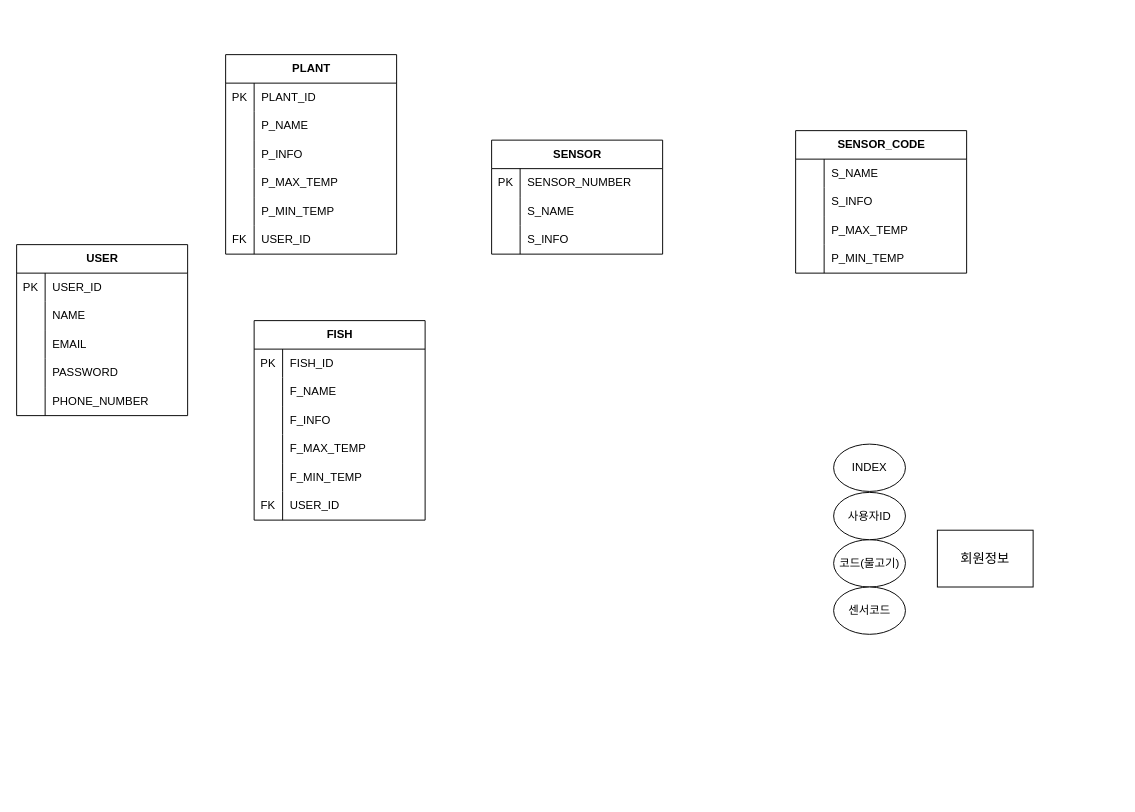
The draw.io diagram 제목 없는 다이어그램.drawio in hayarobyjy/JY_Code, before the edit. Source tidied: cells renumbered, new cells numbered last; positions are measured from the earlier drawing's top-left corner, leaving out a move shared by most shapes. Both pictures are drawn from the tidied source at 95%, with x=0, y=0 at pixel (16, 54).
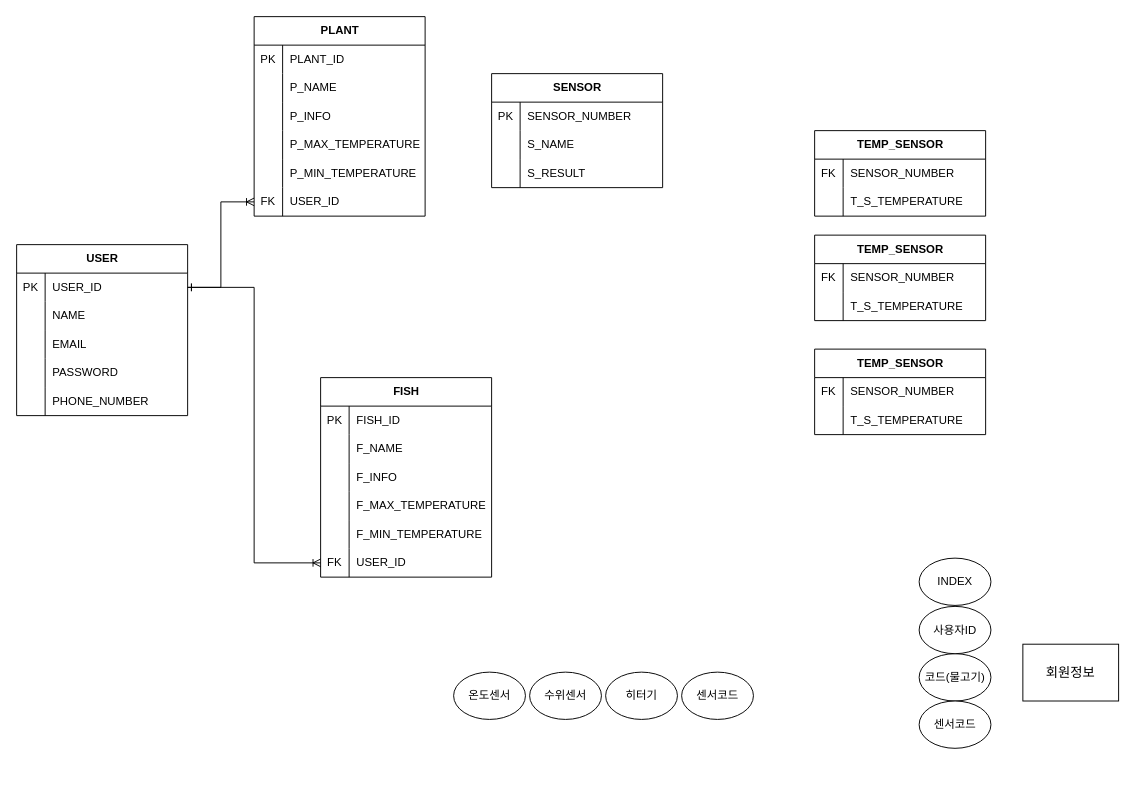
The same page after the edit.

Commit message (it also covers changes not shown here):
제목 없는 다이어그램.drawio 업데이트

The change refers to these unchanged cells:
```xml
<mxCell id="9" style="shape=tableRow;horizontal=0;startSize=0;swimlaneHead=0;swimlaneBody=0;fillColor=none;points=[[0,0.5],[1,0.5]];portConstraint=eastwest;top=0;left=0;right=0;bottom=0;" parent="8" vertex="1">
  <mxGeometry y="30" width="180" height="30" as="geometry" />
</mxCell>
<mxCell id="34" style="shape=tableRow;horizontal=0;startSize=0;swimlaneHead=0;swimlaneBody=0;fillColor=none;top=0;left=0;right=0;bottom=0;" parent="24" vertex="1">
  <mxGeometry y="120" width="180" height="30" as="geometry" />
</mxCell>
<mxCell id="37" style="shape=tableRow;horizontal=0;startSize=0;swimlaneHead=0;swimlaneBody=0;fillColor=none;top=0;left=0;right=0;bottom=0;" parent="24" vertex="1">
  <mxGeometry y="150" width="180" height="30" as="geometry" />
</mxCell>
<mxCell id="40" style="shape=tableRow;horizontal=0;startSize=0;swimlaneHead=0;swimlaneBody=0;fillColor=none;points=[[0,0.5],[1,0.5]];portConstraint=eastwest;top=0;left=0;right=0;bottom=0;" parent="24" vertex="1">
  <mxGeometry y="180" width="180" height="30" as="geometry" />
</mxCell>
<mxCell id="53" style="shape=tableRow;horizontal=0;startSize=0;swimlaneHead=0;swimlaneBody=0;fillColor=none;top=0;left=0;right=0;bottom=0;" parent="43" vertex="1">
  <mxGeometry y="120" width="180" height="30" as="geometry" />
</mxCell>
<mxCell id="56" style="shape=tableRow;horizontal=0;startSize=0;swimlaneHead=0;swimlaneBody=0;fillColor=none;top=0;left=0;right=0;bottom=0;" parent="43" vertex="1">
  <mxGeometry y="150" width="180" height="30" as="geometry" />
</mxCell>
<mxCell id="59" style="shape=tableRow;horizontal=0;startSize=0;swimlaneHead=0;swimlaneBody=0;fillColor=none;points=[[0,0.5],[1,0.5]];portConstraint=eastwest;top=0;left=0;right=0;bottom=0;" parent="43" vertex="1">
  <mxGeometry y="180" width="180" height="30" as="geometry" />
</mxCell>
<mxCell id="69" style="shape=tableRow;horizontal=0;startSize=0;swimlaneHead=0;swimlaneBody=0;fillColor=none;top=0;left=0;right=0;bottom=0;" parent="62" vertex="1">
  <mxGeometry y="90" width="180" height="30" as="geometry" />
</mxCell>
<mxCell id="73" style="shape=tableRow;horizontal=0;startSize=0;swimlaneHead=0;swimlaneBody=0;fillColor=none;top=0;left=0;right=0;bottom=0;strokeColor=default;" parent="72" vertex="1">
  <mxGeometry y="30" width="180" height="30" as="geometry" />
</mxCell>
```

What changed in the source:
```diff
@@
     <mxCell id="2" style="group;" parent="1" vertex="1">
-      <mxGeometry x="860" y="410" width="210" height="250" as="geometry" />
+      <mxGeometry x="950" y="530" width="210" height="250" as="geometry" />
     </mxCell>
@@
     <mxCell id="24" value="PLANT" style="shape=table;startSize=30;childLayout=tableLayout;rowLines=0;fontStyle=1;align=center;html=1;strokeColor=default;verticalAlign=middle;strokeWidth=1;swimlaneLine=1;rounded=0;" parent="1" vertex="1">
-      <mxGeometry x="220" width="180" height="210" as="geometry" />
+      <mxGeometry x="250" y="-40" width="180" height="210" as="geometry" />
     </mxCell>
@@
-    <mxCell id="36" value="P_MAX_TEMP" style="shape=partialRectangle;fillColor=none;top=0;left=0;bottom=0;right=0;align=left;spacingLeft=6;overflow=hidden;whiteSpace=wrap;html=1;" parent="34" vertex="1">
+    <mxCell id="36" value="P_MAX_TEMPERATURE" style="shape=partialRectangle;fillColor=none;top=0;left=0;bottom=0;right=0;align=left;spacingLeft=6;overflow=hidden;whiteSpace=wrap;html=1;" parent="34" vertex="1">
       <mxGeometry x="30" width="150" height="30" as="geometry" />
     </mxCell>
@@
-    <mxCell id="39" value="P_MIN_TEMP" style="shape=partialRectangle;fillColor=none;top=0;left=0;bottom=0;right=0;align=left;spacingLeft=6;overflow=hidden;whiteSpace=wrap;html=1;" parent="37" vertex="1">
+    <mxCell id="39" value="P_MIN_TEMPERATURE" style="shape=partialRectangle;fillColor=none;top=0;left=0;bottom=0;right=0;align=left;spacingLeft=6;overflow=hidden;whiteSpace=wrap;html=1;" parent="37" vertex="1">
       <mxGeometry x="30" width="150" height="30" as="geometry" />
     </mxCell>
@@
     <mxCell id="43" value="FISH" style="shape=table;startSize=30;childLayout=tableLayout;rowLines=0;fontStyle=1;align=center;html=1;strokeColor=default;verticalAlign=middle;strokeWidth=1;swimlaneLine=1;rounded=0;" parent="1" vertex="1">
-      <mxGeometry x="250" y="280" width="180" height="210" as="geometry" />
+      <mxGeometry x="320" y="340" width="180" height="210" as="geometry" />
     </mxCell>
@@
-    <mxCell id="55" value="F_MAX_TEMP" style="shape=partialRectangle;fillColor=none;top=0;left=0;bottom=0;right=0;align=left;spacingLeft=6;overflow=hidden;whiteSpace=wrap;html=1;" parent="53" vertex="1">
+    <mxCell id="55" value="F_MAX_TEMPERATURE" style="shape=partialRectangle;fillColor=none;top=0;left=0;bottom=0;right=0;align=left;spacingLeft=6;overflow=hidden;whiteSpace=wrap;html=1;" parent="53" vertex="1">
       <mxGeometry x="30" width="150" height="30" as="geometry" />
     </mxCell>
@@
-    <mxCell id="58" value="F_MIN_TEMP" style="shape=partialRectangle;fillColor=none;top=0;left=0;bottom=0;right=0;align=left;spacingLeft=6;overflow=hidden;whiteSpace=wrap;html=1;" parent="56" vertex="1">
+    <mxCell id="58" value="F_MIN_TEMPERATURE" style="shape=partialRectangle;fillColor=none;top=0;left=0;bottom=0;right=0;align=left;spacingLeft=6;overflow=hidden;whiteSpace=wrap;html=1;" parent="56" vertex="1">
       <mxGeometry x="30" width="150" height="30" as="geometry" />
     </mxCell>
@@
     <mxCell id="62" value="SENSOR" style="shape=table;startSize=30;childLayout=tableLayout;rowLines=0;fontStyle=1;align=center;html=1;strokeColor=default;verticalAlign=middle;strokeWidth=1;swimlaneLine=1;rounded=0;" parent="1" vertex="1">
-      <mxGeometry x="500" y="90" width="180" height="120" as="geometry" />
+      <mxGeometry x="500" y="20" width="180" height="120" as="geometry" />
     </mxCell>
@@
-    <mxCell id="71" value="S_INFO" style="shape=partialRectangle;fillColor=none;top=0;left=0;bottom=0;right=0;align=left;spacingLeft=6;overflow=hidden;whiteSpace=wrap;html=1;" parent="69" vertex="1">
+    <mxCell id="71" value="S_RESULT" style="shape=partialRectangle;fillColor=none;top=0;left=0;bottom=0;right=0;align=left;spacingLeft=6;overflow=hidden;whiteSpace=wrap;html=1;" parent="69" vertex="1">
       <mxGeometry x="30" width="150" height="30" as="geometry" />
     </mxCell>
-    <mxCell id="72" value="SENSOR_CODE" style="shape=table;startSize=30;childLayout=tableLayout;rowLines=0;fontStyle=1;align=center;html=1;strokeColor=default;verticalAlign=middle;strokeWidth=1;swimlaneLine=1;rounded=0;" parent="1" vertex="1">
-      <mxGeometry x="820" y="80" width="180" height="150" as="geometry" />
+    <mxCell id="72" value="TEMP_SENSOR" style="shape=table;startSize=30;childLayout=tableLayout;rowLines=0;fontStyle=1;align=center;html=1;strokeColor=default;verticalAlign=middle;strokeWidth=1;swimlaneLine=1;rounded=0;" parent="1" vertex="1">
+      <mxGeometry x="840" y="80" width="180" height="90" as="geometry" />
     </mxCell>
@@
-    <mxCell id="74" style="shape=partialRectangle;fillColor=none;top=0;left=0;bottom=0;right=0;overflow=hidden;whiteSpace=wrap;html=1;" parent="73" vertex="1">
+    <mxCell id="74" value="FK" style="shape=partialRectangle;fillColor=none;top=0;left=0;bottom=0;right=0;overflow=hidden;whiteSpace=wrap;html=1;" parent="73" vertex="1">
       <mxGeometry width="30" height="30" as="geometry" />
     </mxCell>
-    <mxCell id="75" value="S_NAME" style="shape=partialRectangle;fillColor=none;top=0;left=0;bottom=0;right=0;align=left;spacingLeft=6;overflow=hidden;whiteSpace=wrap;html=1;" parent="73" vertex="1">
+    <mxCell id="75" value="SENSOR_NUMBER" style="shape=partialRectangle;fillColor=none;top=0;left=0;bottom=0;right=0;align=left;spacingLeft=6;overflow=hidden;whiteSpace=wrap;html=1;" parent="73" vertex="1">
       <mxGeometry x="30" width="150" height="30" as="geometry" />
     </mxCell>
-    <mxCell id="76" style="shape=tableRow;horizontal=0;startSize=0;swimlaneHead=0;swimlaneBody=0;fillColor=none;top=0;left=0;right=0;bottom=0;" parent="72" vertex="1">
-      <mxGeometry y="60" width="180" height="30" as="geometry" />
-    </mxCell>
-    <mxCell id="77" style="shape=partialRectangle;fillColor=none;top=0;left=0;bottom=0;right=0;overflow=hidden;whiteSpace=wrap;html=1;" parent="76" vertex="1">
-      <mxGeometry width="30" height="30" as="geometry" />
-    </mxCell>
-    <mxCell id="78" value="S_INFO" style="shape=partialRectangle;fillColor=none;top=0;left=0;bottom=0;right=0;align=left;spacingLeft=6;overflow=hidden;whiteSpace=wrap;html=1;" parent="76" vertex="1">
-      <mxGeometry x="30" width="150" height="30" as="geometry" />
-    </mxCell>
     <mxCell id="79" style="shape=tableRow;horizontal=0;startSize=0;swimlaneHead=0;swimlaneBody=0;fillColor=none;top=0;left=0;right=0;bottom=0;" parent="72" vertex="1">
-      <mxGeometry y="90" width="180" height="30" as="geometry" />
+      <mxGeometry y="60" width="180" height="30" as="geometry" />
     </mxCell>
@@
-    <mxCell id="81" value="P_MAX_TEMP" style="shape=partialRectangle;fillColor=none;top=0;left=0;bottom=0;right=0;align=left;spacingLeft=6;overflow=hidden;whiteSpace=wrap;html=1;" parent="79" vertex="1">
+    <mxCell id="81" value="T_S_TEMPERATURE" style="shape=partialRectangle;fillColor=none;top=0;left=0;bottom=0;right=0;align=left;spacingLeft=6;overflow=hidden;whiteSpace=wrap;html=1;" parent="79" vertex="1">
       <mxGeometry x="30" width="150" height="30" as="geometry" />
     </mxCell>
-    <mxCell id="82" style="shape=tableRow;horizontal=0;startSize=0;swimlaneHead=0;swimlaneBody=0;fillColor=none;top=0;left=0;right=0;bottom=0;" parent="72" vertex="1">
-      <mxGeometry y="120" width="180" height="30" as="geometry" />
-    </mxCell>
-    <mxCell id="83" style="shape=partialRectangle;fillColor=none;top=0;left=0;bottom=0;right=0;overflow=hidden;whiteSpace=wrap;html=1;" parent="82" vertex="1">
-      <mxGeometry width="30" height="30" as="geometry" />
-    </mxCell>
-    <mxCell id="84" value="P_MIN_TEMP" style="shape=partialRectangle;fillColor=none;top=0;left=0;bottom=0;right=0;align=left;spacingLeft=6;overflow=hidden;whiteSpace=wrap;html=1;" parent="82" vertex="1">
-      <mxGeometry x="30" width="150" height="30" as="geometry" />
-    </mxCell>
+    <mxCell id="85" style="edgeStyle=orthogonalEdgeStyle;rounded=0;jettySize=auto;html=1;exitX=1;exitY=0.5;exitDx=0;exitDy=0;entryX=0;entryY=0.5;entryDx=0;entryDy=0;endArrow=ERoneToMany;endFill=0;startArrow=ERone;startFill=0;" parent="1" edge="1" source="9" target="40">
+      <mxGeometry relative="1" as="geometry" />
+    </mxCell>
+    <mxCell id="86" style="edgeStyle=orthogonalEdgeStyle;rounded=0;jettySize=auto;html=1;exitX=1;exitY=0.5;exitDx=0;exitDy=0;entryX=0;entryY=0.5;entryDx=0;entryDy=0;startArrow=ERone;startFill=0;endArrow=ERoneToMany;endFill=0;" parent="1" edge="1" source="9" target="59">
+      <mxGeometry relative="1" as="geometry" />
+    </mxCell>
+    <mxCell id="87" value="온도센서" style="ellipse;whiteSpace=wrap;html=1;" parent="1" vertex="1">
+      <mxGeometry x="460" y="650" width="75.6" height="49.8" as="geometry" />
+    </mxCell>
+    <mxCell id="88" value="수위센서" style="ellipse;whiteSpace=wrap;html=1;" parent="1" vertex="1">
+      <mxGeometry x="540" y="650" width="75.6" height="49.8" as="geometry" />
+    </mxCell>
+    <mxCell id="89" value="히터기" style="ellipse;whiteSpace=wrap;html=1;" parent="1" vertex="1">
+      <mxGeometry x="620" y="650" width="75.6" height="49.8" as="geometry" />
+    </mxCell>
+    <mxCell id="90" value="센서코드" style="ellipse;whiteSpace=wrap;html=1;" parent="1" vertex="1">
+      <mxGeometry x="700" y="650" width="75.6" height="49.8" as="geometry" />
+    </mxCell>
+    <mxCell id="91" value="TEMP_SENSOR" style="shape=table;startSize=30;childLayout=tableLayout;rowLines=0;fontStyle=1;align=center;html=1;strokeColor=default;verticalAlign=middle;strokeWidth=1;swimlaneLine=1;rounded=0;" parent="1" vertex="1">
+      <mxGeometry x="840" y="190" width="180" height="90" as="geometry" />
+    </mxCell>
+    <mxCell id="92" style="shape=tableRow;horizontal=0;startSize=0;swimlaneHead=0;swimlaneBody=0;fillColor=none;top=0;left=0;right=0;bottom=0;strokeColor=default;" parent="91" vertex="1">
+      <mxGeometry y="30" width="180" height="30" as="geometry" />
+    </mxCell>
+    <mxCell id="93" value="FK" style="shape=partialRectangle;fillColor=none;top=0;left=0;bottom=0;right=0;overflow=hidden;whiteSpace=wrap;html=1;" parent="92" vertex="1">
+      <mxGeometry width="30" height="30" as="geometry" />
+    </mxCell>
+    <mxCell id="94" value="SENSOR_NUMBER" style="shape=partialRectangle;fillColor=none;top=0;left=0;bottom=0;right=0;align=left;spacingLeft=6;overflow=hidden;whiteSpace=wrap;html=1;" parent="92" vertex="1">
+      <mxGeometry x="30" width="150" height="30" as="geometry" />
+    </mxCell>
+    <mxCell id="95" style="shape=tableRow;horizontal=0;startSize=0;swimlaneHead=0;swimlaneBody=0;fillColor=none;top=0;left=0;right=0;bottom=0;" parent="91" vertex="1">
+      <mxGeometry y="60" width="180" height="30" as="geometry" />
+    </mxCell>
+    <mxCell id="96" style="shape=partialRectangle;fillColor=none;top=0;left=0;bottom=0;right=0;overflow=hidden;whiteSpace=wrap;html=1;" parent="95" vertex="1">
+      <mxGeometry width="30" height="30" as="geometry" />
+    </mxCell>
+    <mxCell id="97" value="T_S_TEMPERATURE" style="shape=partialRectangle;fillColor=none;top=0;left=0;bottom=0;right=0;align=left;spacingLeft=6;overflow=hidden;whiteSpace=wrap;html=1;" parent="95" vertex="1">
+      <mxGeometry x="30" width="150" height="30" as="geometry" />
+    </mxCell>
+    <mxCell id="98" value="TEMP_SENSOR" style="shape=table;startSize=30;childLayout=tableLayout;rowLines=0;fontStyle=1;align=center;html=1;strokeColor=default;verticalAlign=middle;strokeWidth=1;swimlaneLine=1;rounded=0;" parent="1" vertex="1">
+      <mxGeometry x="840" y="310" width="180" height="90" as="geometry" />
+    </mxCell>
+    <mxCell id="99" style="shape=tableRow;horizontal=0;startSize=0;swimlaneHead=0;swimlaneBody=0;fillColor=none;top=0;left=0;right=0;bottom=0;strokeColor=default;" parent="98" vertex="1">
+      <mxGeometry y="30" width="180" height="30" as="geometry" />
+    </mxCell>
+    <mxCell id="100" value="FK" style="shape=partialRectangle;fillColor=none;top=0;left=0;bottom=0;right=0;overflow=hidden;whiteSpace=wrap;html=1;" parent="99" vertex="1">
+      <mxGeometry width="30" height="30" as="geometry" />
+    </mxCell>
+    <mxCell id="101" value="SENSOR_NUMBER" style="shape=partialRectangle;fillColor=none;top=0;left=0;bottom=0;right=0;align=left;spacingLeft=6;overflow=hidden;whiteSpace=wrap;html=1;" parent="99" vertex="1">
+      <mxGeometry x="30" width="150" height="30" as="geometry" />
+    </mxCell>
+    <mxCell id="102" style="shape=tableRow;horizontal=0;startSize=0;swimlaneHead=0;swimlaneBody=0;fillColor=none;top=0;left=0;right=0;bottom=0;" parent="98" vertex="1">
+      <mxGeometry y="60" width="180" height="30" as="geometry" />
+    </mxCell>
+    <mxCell id="103" style="shape=partialRectangle;fillColor=none;top=0;left=0;bottom=0;right=0;overflow=hidden;whiteSpace=wrap;html=1;" parent="102" vertex="1">
+      <mxGeometry width="30" height="30" as="geometry" />
+    </mxCell>
+    <mxCell id="104" value="T_S_TEMPERATURE" style="shape=partialRectangle;fillColor=none;top=0;left=0;bottom=0;right=0;align=left;spacingLeft=6;overflow=hidden;whiteSpace=wrap;html=1;" parent="102" vertex="1">
+      <mxGeometry x="30" width="150" height="30" as="geometry" />
+    </mxCell>
```
